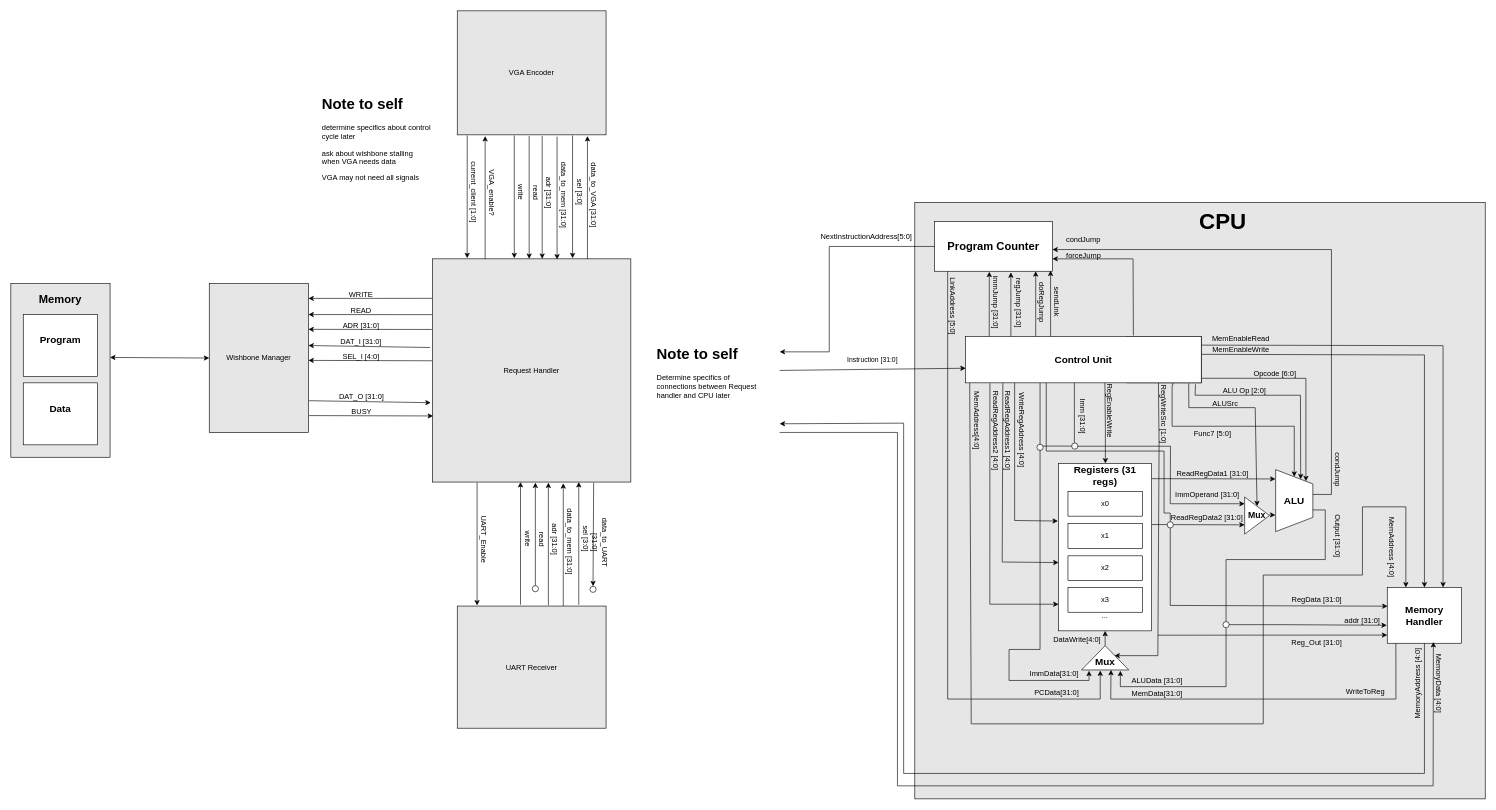
Earlier version of the draw.io diagram Top_Level_RTL v2.drawio (limichael246/STARS_2024). Source tidied: cells renumbered, new cells numbered last; positions are measured from the earlier drawing's top-left corner, leaving out a move shared by most shapes. Both pictures are drawn from the tidied source at 62%, with x=0, y=0 at pixel (11, 11).
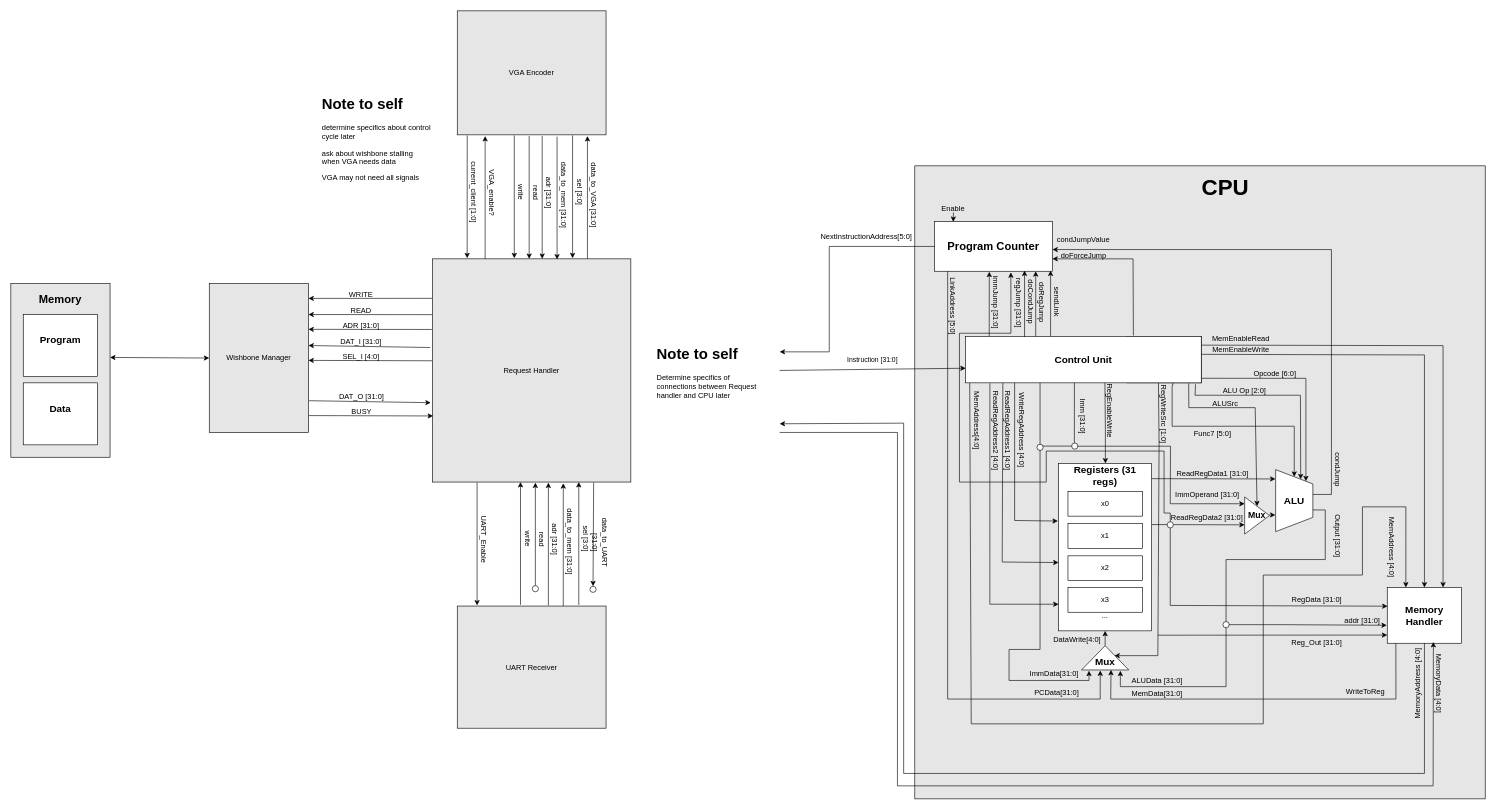
After the change.

Unchanged cells that the change refers to:
```xml
<mxCell id="7" value="&lt;font style=&quot;font-size: 18px;&quot;&gt;&lt;b&gt;Program Counter&lt;/b&gt;&lt;/font&gt;" style="rounded=0;whiteSpace=wrap;html=1;" parent="1" vertex="1">
  <mxGeometry x="1490" y="340" width="190" height="80" as="geometry" />
</mxCell>
<mxCell id="80" style="ellipse;whiteSpace=wrap;html=1;" parent="1" vertex="1">
  <mxGeometry x="1865" y="824" width="10" height="10" as="geometry" />
</mxCell>
```

What changed in the source:
```diff
@@
     <mxCell id="5" style="rounded=0;whiteSpace=wrap;html=1;fillColor=#E6E6E6;" parent="1" vertex="1">
-      <mxGeometry x="1458" y="309" width="920" height="962" as="geometry" />
+      <mxGeometry x="1458" y="250" width="920" height="1021" as="geometry" />
     </mxCell>
@@
     <mxCell id="14" value="&lt;font style=&quot;font-size: 36px;&quot;&gt;&lt;b style=&quot;&quot;&gt;CPU&lt;/b&gt;&lt;/font&gt;" style="text;html=1;align=center;verticalAlign=middle;whiteSpace=wrap;rounded=0;" parent="1" vertex="1">
-      <mxGeometry x="1924.5" y="325" width="60" height="30" as="geometry" />
+      <mxGeometry x="1929" y="270" width="60" height="30" as="geometry" />
     </mxCell>
@@
-    <mxCell id="67" value="condJump" style="text;html=1;align=center;verticalAlign=middle;whiteSpace=wrap;rounded=0;rotation=0;" parent="1" vertex="1">
+    <mxCell id="67" value="condJumpValue" style="text;html=1;align=center;verticalAlign=middle;whiteSpace=wrap;rounded=0;rotation=0;" parent="1" vertex="1">
       <mxGeometry x="1700" y="355" width="60" height="30" as="geometry" />
     </mxCell>
@@
-    <mxCell id="69" value="forceJump" style="text;html=1;align=center;verticalAlign=middle;whiteSpace=wrap;rounded=0;rotation=0;" parent="1" vertex="1">
+    <mxCell id="69" value="doForceJump" style="text;html=1;align=center;verticalAlign=middle;whiteSpace=wrap;rounded=0;rotation=0;" parent="1" vertex="1">
       <mxGeometry x="1690.8" y="380" width="78.5" height="30" as="geometry" />
     </mxCell>
@@
-    <mxCell id="93" style="endArrow=classic;html=1;rounded=0;entryX=0.647;entryY=1.023;entryDx=0;entryDy=0;entryPerimeter=0;exitX=0.5;exitY=0;exitDx=0;exitDy=0;" parent="1" edge="1" source="80" target="7">
-      <mxGeometry relative="1" as="geometry">
-        <Array as="points">
-          <mxPoint x="1870" y="810" />
-          <mxPoint x="1860" y="810" />
-          <mxPoint x="1860" y="710" />
-          <mxPoint x="1670" y="710" />
-          <mxPoint x="1670" y="550" />
-          <mxPoint x="1613" y="550" />
-        </Array>
-      </mxGeometry>
-    </mxCell>
@@
+    <mxCell id="156" style="endArrow=classic;html=1;rounded=0;entryX=0.158;entryY=0.004;entryDx=0;entryDy=0;entryPerimeter=0;exitX=0.5;exitY=1;exitDx=0;exitDy=0;" parent="1" edge="1" source="157" target="7">
+      <mxGeometry relative="1" as="geometry" />
+    </mxCell>
+    <mxCell id="157" value="Enable" style="text;html=1;align=center;verticalAlign=middle;whiteSpace=wrap;rounded=0;" parent="1" vertex="1">
+      <mxGeometry x="1490.3" y="312.2" width="60" height="13" as="geometry" />
+    </mxCell>
+    <mxCell id="93" style="endArrow=classic;html=1;rounded=0;entryX=0.647;entryY=1.023;entryDx=0;entryDy=0;entryPerimeter=0;exitX=0.5;exitY=0;exitDx=0;exitDy=0;" parent="1" edge="1" source="80" target="7">
+      <mxGeometry relative="1" as="geometry">
+        <Array as="points">
+          <mxPoint x="1870" y="810" />
+          <mxPoint x="1860" y="810" />
+          <mxPoint x="1860" y="710" />
+          <mxPoint x="1670" y="710" />
+          <mxPoint x="1670" y="760" />
+          <mxPoint x="1530" y="760" />
+          <mxPoint x="1530" y="520" />
+          <mxPoint x="1613" y="520" />
+        </Array>
+      </mxGeometry>
+    </mxCell>
+    <mxCell id="158" style="endArrow=classic;html=1;rounded=0;exitX=0.25;exitY=0;exitDx=0;exitDy=0;entryX=0.288;entryY=0.971;entryDx=0;entryDy=0;entryPerimeter=0;" parent="1" edge="1">
+      <mxGeometry relative="1" as="geometry">
+        <mxPoint x="1635" y="526" as="sourcePoint" />
+        <mxPoint x="1635" y="419" as="targetPoint" />
+      </mxGeometry>
+    </mxCell>
+    <mxCell id="159" value="doCondJump" style="text;html=1;align=center;verticalAlign=middle;whiteSpace=wrap;rounded=0;rotation=90;" parent="1" vertex="1">
+      <mxGeometry x="1605.2" y="454.2" width="78.5" height="30" as="geometry" />
+    </mxCell>
```
